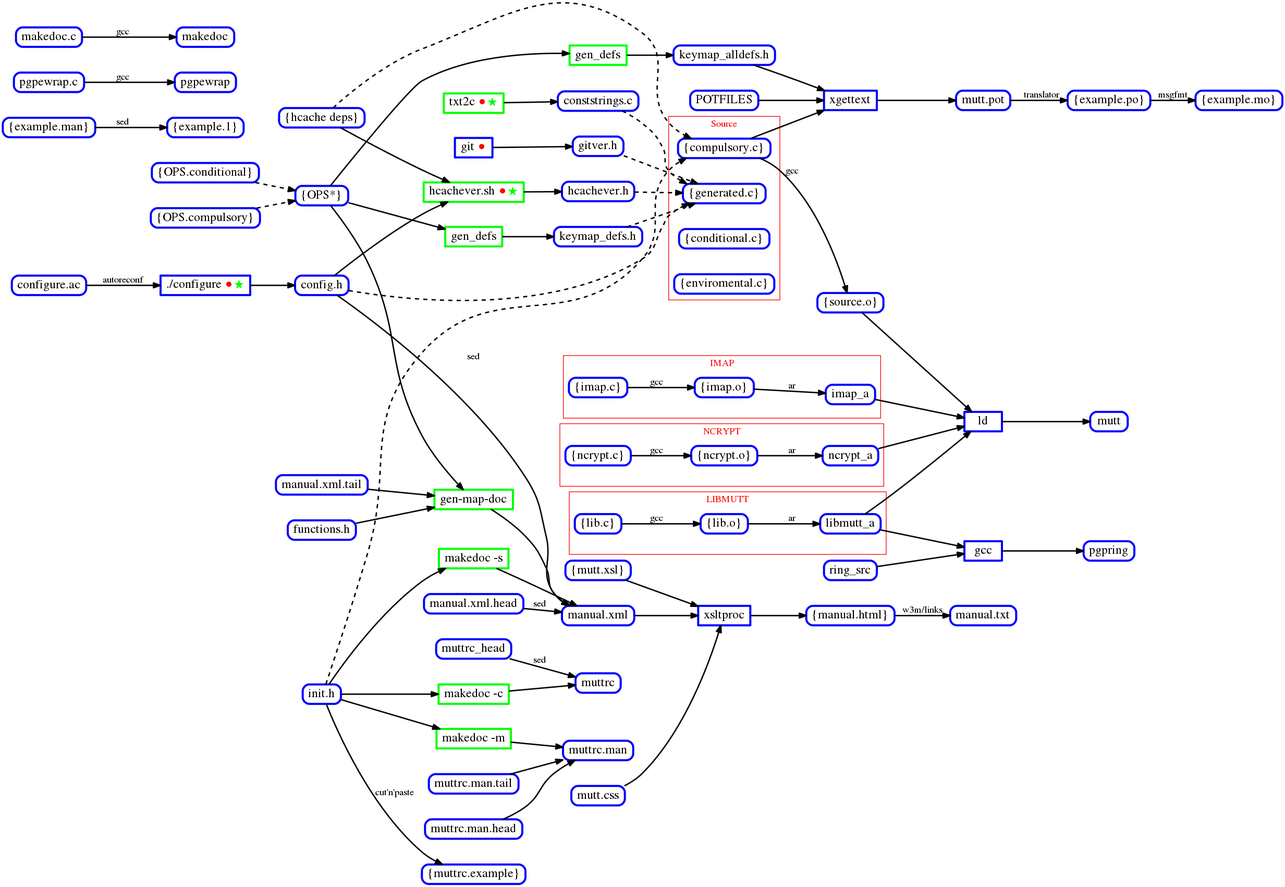
This is images/make.png from neomutt/neomutt.github.io, a Graphviz export, as it was before one commit. Its source is kept beside it as _dev/make.gv.
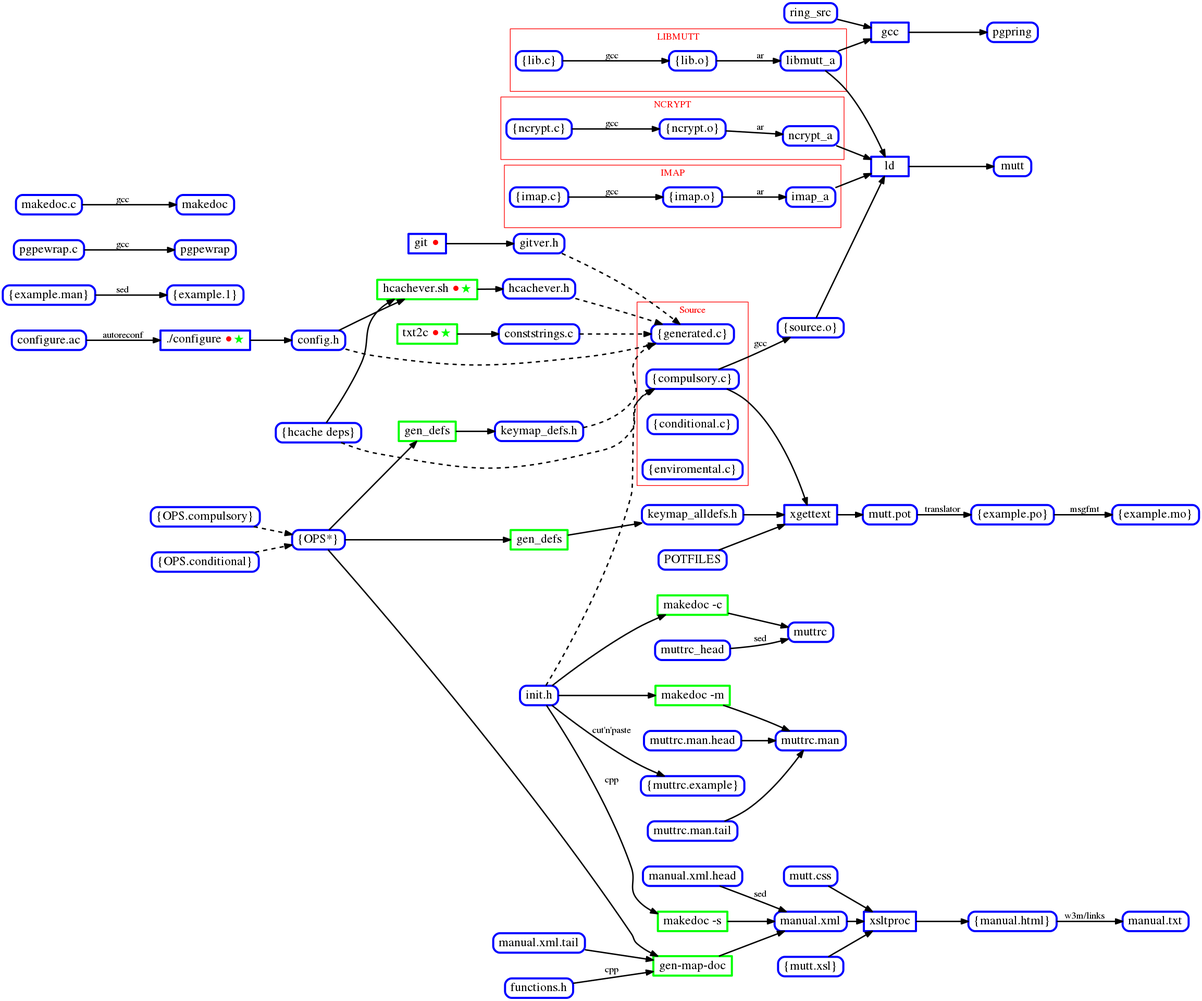
The same file after the commit.

Commit message:
reflect dkc's build changes

The edit, as a diff of the source:
```diff
@@ -184,15 +184,14 @@
 	pgpewrap_src -> pgpewrap [ label="gcc" ]
 	makedoc_src -> makedoc [ label="gcc" ]
 
-	config_h -> manual_xml [ label="sed" ]
 	manual_xml_head -> manual_xml [ label="sed" ]
 
 	manual_xml_tail -> gen_map_doc
 	ops -> gen_map_doc
 	gen_map_doc -> manual_xml
-	init_h -> makedoc_s
+	init_h -> makedoc_s [ label="cpp" ]
 	makedoc_s -> manual_xml
-	functions_h -> gen_map_doc
+	functions_h -> gen_map_doc [ label="cpp" ]
 
   libmutt_a -> gcc
 	ring_src -> gcc
```
